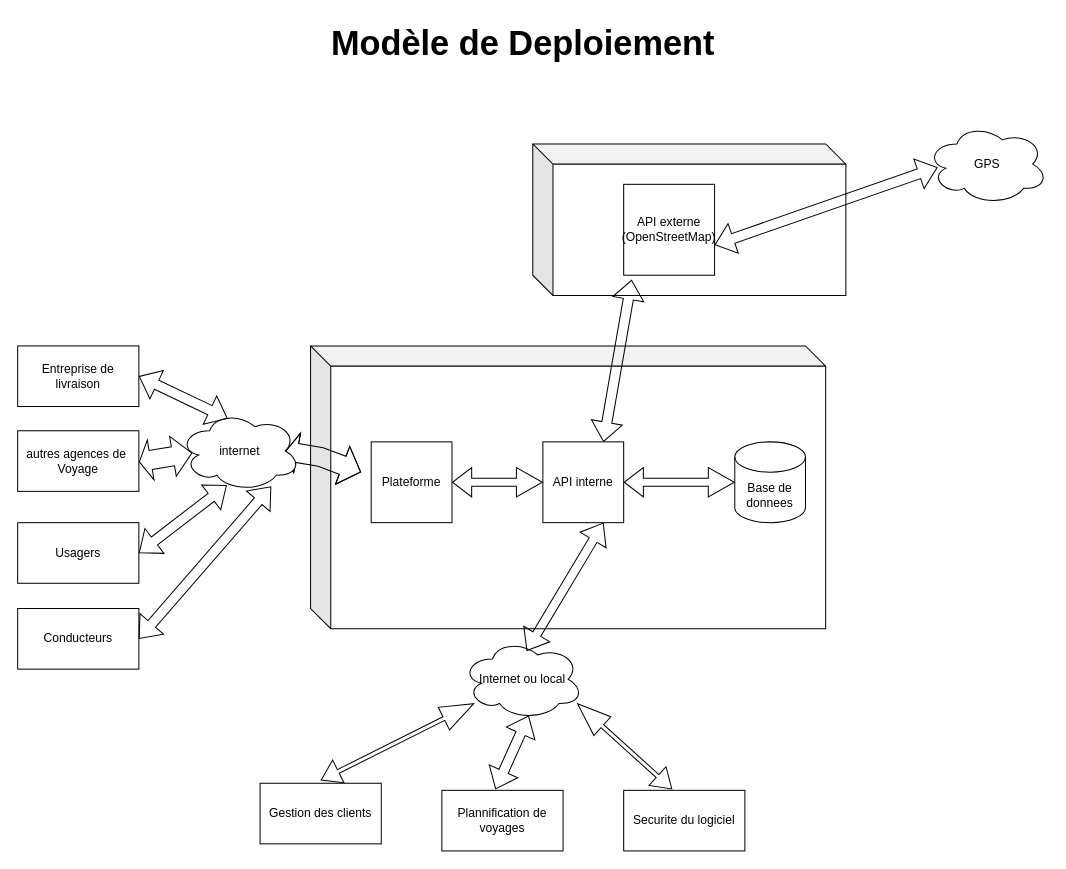
Before: page "Modele de Deploiement" (5 of 5) of modeling/week2/uml_modeling/uml_static_models.drawio in KpihX/my-way, a draw.io diagram. Source tidied: cells renumbered, new cells numbered last; positions are measured from the earlier drawing's top-left corner, leaving out a move shared by most shapes. Both pictures are drawn from the tidied source at 101%, with x=0, y=0 at pixel (17, 17).
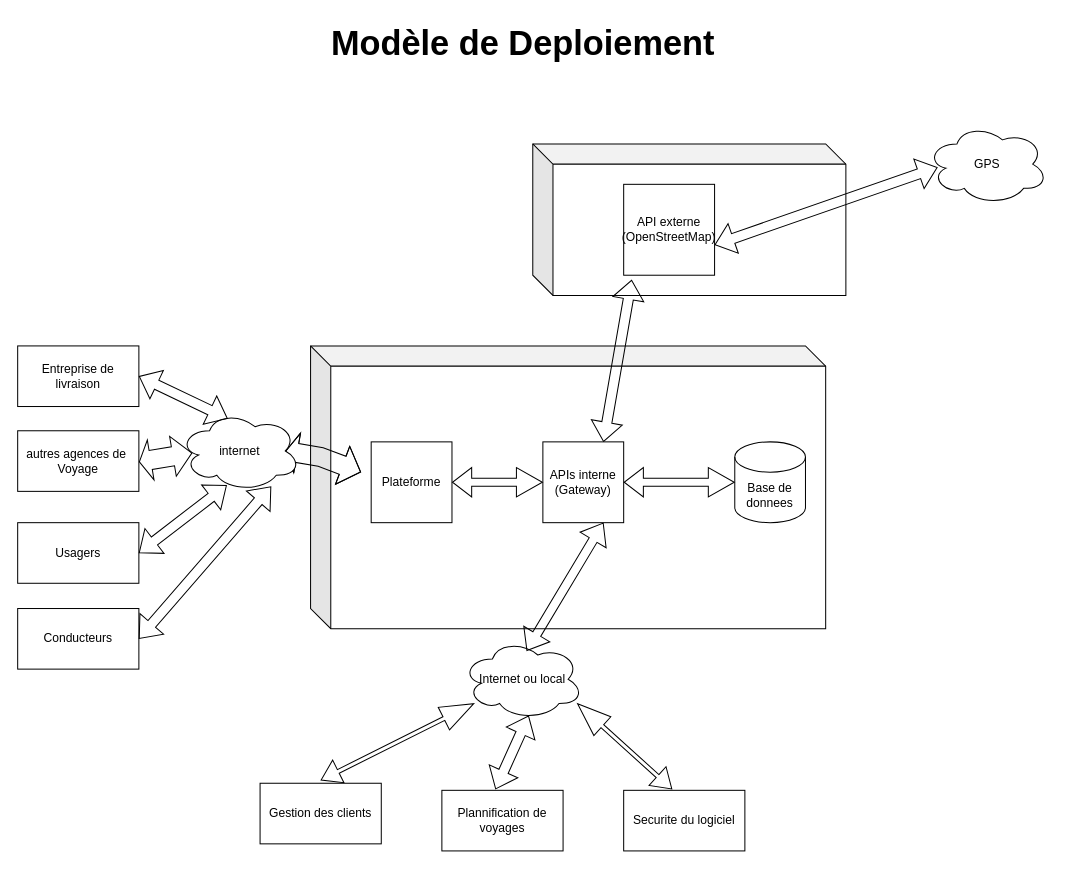
The same page after the edit.

Diff of the diagram source:
```diff
@@
-    <mxCell id="26" value="API interne" style="whiteSpace=wrap;html=1;" parent="1" vertex="1">
+    <mxCell id="26" value="APIs interne (Gateway)" style="whiteSpace=wrap;html=1;" parent="1" vertex="1">
       <mxGeometry x="520" y="420" width="80" height="80" as="geometry" />
     </mxCell>
```
